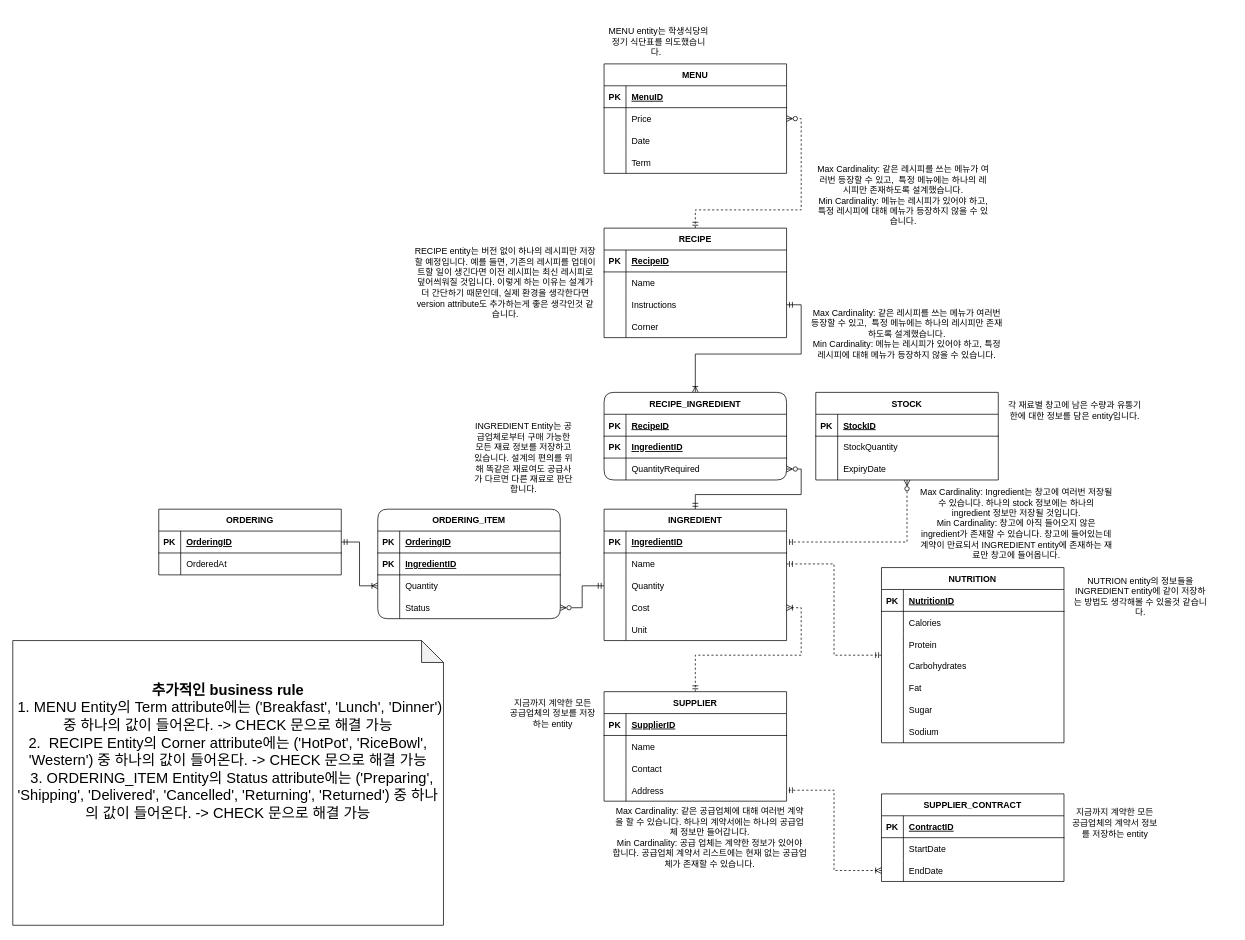
Earlier version of the draw.io diagram resource/FOOD_CRM.drawio (cryscham123/ERdiagram). Source tidied: cells renumbered, new cells numbered last; positions are measured from the earlier drawing's top-left corner, leaving out a move shared by most shapes. Both pictures are drawn from the tidied source at 73%, with x=0, y=0 at pixel (12, 12).
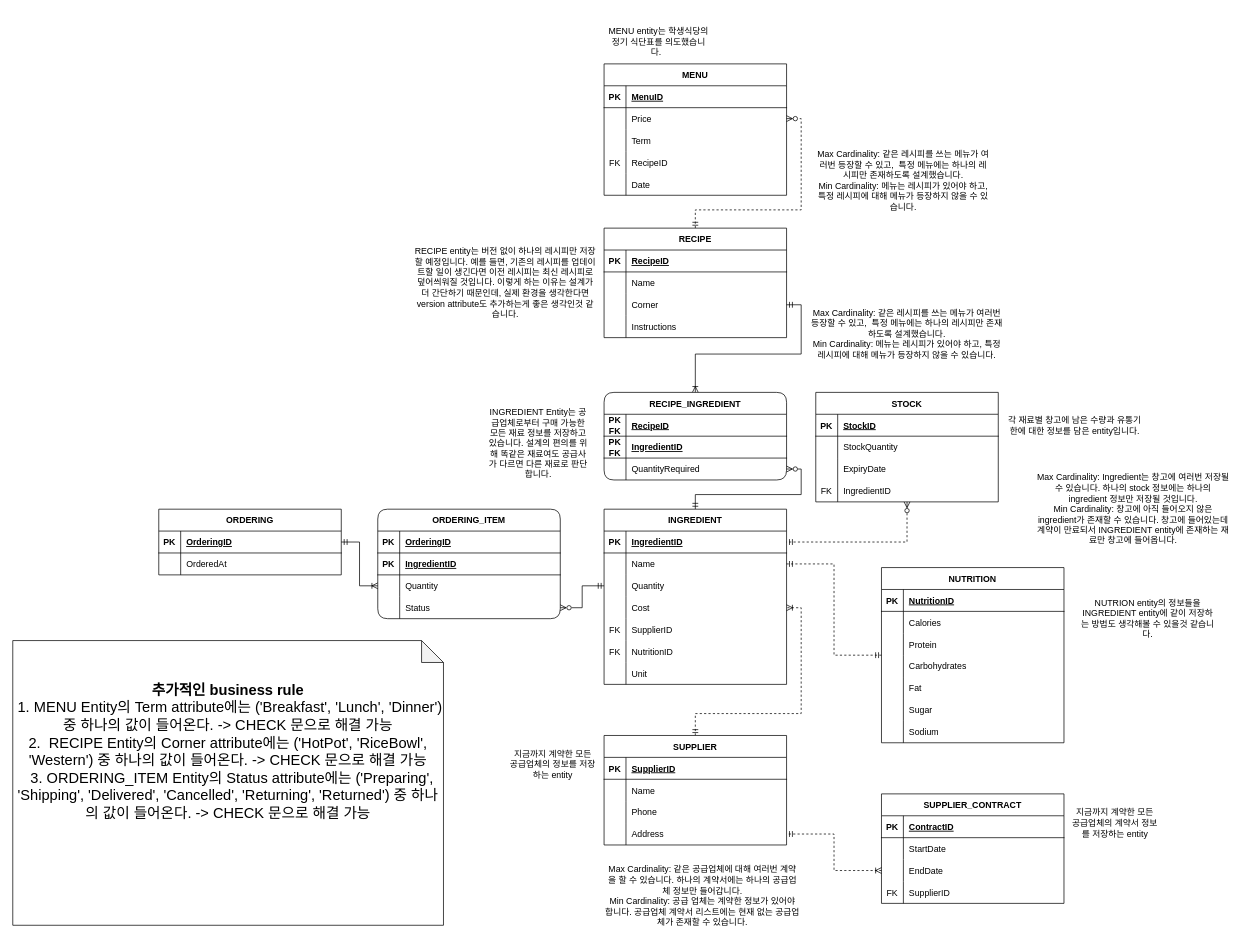
After the change.

Unchanged cells that the change refers to:
```xml
<mxCell id="13" style="shape=partialRectangle;fillColor=none;points=[[0,0.5],[1,0.5]];portConstraint=eastwest;top=0;left=0;right=0;bottom=0;" parent="3" vertex="1">
  <mxGeometry y="120" width="250" height="30" as="geometry" />
</mxCell>
<mxCell id="35" style="shape=partialRectangle;fillColor=none;top=0;left=0;right=0;bottom=0;" parent="28" vertex="1">
  <mxGeometry y="90" width="250" height="30" as="geometry" />
</mxCell>
<mxCell id="71" style="shape=partialRectangle;fillColor=none;top=0;left=0;right=0;bottom=0;" parent="64" vertex="1">
  <mxGeometry y="90" width="250" height="30" as="geometry" />
</mxCell>
<mxCell id="85" style="shape=partialRectangle;fillColor=none;points=[[0,0.5],[1,0.5]];portConstraint=eastwest;top=0;left=0;right=0;bottom=0;" parent="78" vertex="1">
  <mxGeometry y="90" width="250" height="30" as="geometry" />
</mxCell>
<mxCell id="88" style="shape=partialRectangle;fillColor=none;top=0;left=0;right=0;bottom=0;" parent="78" vertex="1">
  <mxGeometry y="120" width="250" height="30" as="geometry" />
</mxCell>
<mxCell id="93" style="shape=partialRectangle;fillColor=none;top=0;left=0;right=0;bottom=1;" parent="92" vertex="1">
  <mxGeometry y="30" width="250" height="30" as="geometry" />
</mxCell>
<mxCell id="96" style="shape=partialRectangle;fillColor=none;top=0;left=0;right=0;bottom=1;" parent="92" vertex="1">
  <mxGeometry y="60" width="250" height="30" as="geometry" />
</mxCell>
```

What changed in the source:
```diff
@@
     <mxCell id="3" value="INGREDIENT" style="shape=table;startSize=30;childLayout=tableLayout;rowLines=0;fontStyle=1;align=center;" parent="1" vertex="1">
-      <mxGeometry x="810" y="680" width="250" height="180" as="geometry" />
+      <mxGeometry x="810" y="680" width="250" height="240" as="geometry" />
     </mxCell>
@@
+    <mxCell id="150" style="shape=partialRectangle;fillColor=none;top=0;left=0;right=0;bottom=0;" parent="3" vertex="1">
+      <mxGeometry y="150" width="250" height="30" as="geometry" />
+    </mxCell>
+    <mxCell id="151" value="FK" style="shape=partialRectangle;overflow=hidden;fillColor=none;top=0;left=0;bottom=0;right=0;" parent="150" vertex="1">
+      <mxGeometry width="30" height="30" as="geometry" />
+    </mxCell>
+    <mxCell id="152" value="SupplierID" style="shape=partialRectangle;overflow=hidden;fillColor=none;top=0;left=0;bottom=0;right=0;align=left;spacingLeft=6;" parent="150" vertex="1">
+      <mxGeometry x="30" width="220" height="30" as="geometry" />
+    </mxCell>
+    <mxCell id="153" style="shape=partialRectangle;fillColor=none;top=0;left=0;right=0;bottom=0;" parent="3" vertex="1">
+      <mxGeometry y="180" width="250" height="30" as="geometry" />
+    </mxCell>
+    <mxCell id="154" value="FK" style="shape=partialRectangle;overflow=hidden;fillColor=none;top=0;left=0;bottom=0;right=0;" parent="153" vertex="1">
+      <mxGeometry width="30" height="30" as="geometry" />
+    </mxCell>
+    <mxCell id="155" value="NutritionID" style="shape=partialRectangle;overflow=hidden;fillColor=none;top=0;left=0;bottom=0;right=0;align=left;spacingLeft=6;" parent="153" vertex="1">
+      <mxGeometry x="30" width="220" height="30" as="geometry" />
+    </mxCell>
     <mxCell id="16" style="shape=partialRectangle;fillColor=none;top=0;left=0;right=0;bottom=0;" parent="3" vertex="1">
-      <mxGeometry y="150" width="250" height="30" as="geometry" />
+      <mxGeometry y="210" width="250" height="30" as="geometry" />
     </mxCell>
@@
     <mxCell id="27" style="edgeStyle=orthogonalEdgeStyle;rounded=0;jettySize=auto;html=1;startArrow=ERmandOne;startFill=0;endArrow=ERoneToMany;endFill=0;dashed=1;" parent="1" edge="1" source="28" target="13">
-      <mxGeometry relative="1" as="geometry" />
+      <mxGeometry relative="1" as="geometry">
+        <Array as="points">
+          <mxPoint x="935" y="960" />
+          <mxPoint x="1080" y="960" />
+          <mxPoint x="1080" y="815" />
+        </Array>
+      </mxGeometry>
     </mxCell>
     <mxCell id="28" value="SUPPLIER" style="shape=table;startSize=30;childLayout=tableLayout;rowLines=0;fontStyle=1;align=center;" parent="1" vertex="1">
-      <mxGeometry x="810" y="930" width="250" height="150" as="geometry" />
+      <mxGeometry x="810" y="990" width="250" height="150" as="geometry" />
     </mxCell>
@@
-    <mxCell id="37" value="Contact" style="shape=partialRectangle;overflow=hidden;fillColor=none;top=0;left=0;bottom=0;right=0;align=left;spacingLeft=6;" parent="35" vertex="1">
+    <mxCell id="37" value="Phone" style="shape=partialRectangle;overflow=hidden;fillColor=none;top=0;left=0;bottom=0;right=0;align=left;spacingLeft=6;" parent="35" vertex="1">
       <mxGeometry x="30" width="220" height="30" as="geometry" />
     </mxCell>
@@
     <mxCell id="41" value="SUPPLIER_CONTRACT" style="shape=table;startSize=30;childLayout=tableLayout;rowLines=0;fontStyle=1;align=center;" parent="1" vertex="1">
-      <mxGeometry x="1190" y="1070" width="250" height="120" as="geometry" />
+      <mxGeometry x="1190" y="1070" width="250" height="150" as="geometry" />
     </mxCell>
@@
+    <mxCell id="156" style="shape=partialRectangle;fillColor=none;top=0;left=0;right=0;bottom=0;" parent="41" vertex="1">
+      <mxGeometry y="120" width="250" height="30" as="geometry" />
+    </mxCell>
+    <mxCell id="157" value="FK" style="shape=partialRectangle;overflow=hidden;fillColor=none;top=0;left=0;bottom=0;right=0;" parent="156" vertex="1">
+      <mxGeometry width="30" height="30" as="geometry" />
+    </mxCell>
+    <mxCell id="158" value="SupplierID" style="shape=partialRectangle;overflow=hidden;fillColor=none;top=0;left=0;bottom=0;right=0;align=left;spacingLeft=6;" parent="156" vertex="1">
+      <mxGeometry x="30" width="220" height="30" as="geometry" />
+    </mxCell>
@@
     <mxCell id="64" value="MENU" style="shape=table;startSize=30;childLayout=tableLayout;rowLines=0;fontStyle=1;align=center;" parent="1" vertex="1">
-      <mxGeometry x="810" y="70" width="250" height="150" as="geometry" />
+      <mxGeometry x="810" y="70" width="250" height="180" as="geometry" />
     </mxCell>
@@
-    <mxCell id="73" value="Date" style="shape=partialRectangle;overflow=hidden;fillColor=none;top=0;left=0;bottom=0;right=0;align=left;spacingLeft=6;" parent="71" vertex="1">
+    <mxCell id="73" value="Term" style="shape=partialRectangle;overflow=hidden;fillColor=none;top=0;left=0;bottom=0;right=0;align=left;spacingLeft=6;" parent="71" vertex="1">
       <mxGeometry x="30" width="220" height="30" as="geometry" />
     </mxCell>
+    <mxCell id="159" style="shape=partialRectangle;fillColor=none;top=0;left=0;right=0;bottom=0;" parent="64" vertex="1">
+      <mxGeometry y="120" width="250" height="30" as="geometry" />
+    </mxCell>
+    <mxCell id="160" value="FK" style="shape=partialRectangle;overflow=hidden;fillColor=none;top=0;left=0;bottom=0;right=0;" parent="159" vertex="1">
+      <mxGeometry width="30" height="30" as="geometry" />
+    </mxCell>
+    <mxCell id="161" value="RecipeID" style="shape=partialRectangle;overflow=hidden;fillColor=none;top=0;left=0;bottom=0;right=0;align=left;spacingLeft=6;" parent="159" vertex="1">
+      <mxGeometry x="30" width="220" height="30" as="geometry" />
+    </mxCell>
     <mxCell id="74" style="shape=partialRectangle;fillColor=none;top=0;left=0;right=0;bottom=0;" parent="64" vertex="1">
-      <mxGeometry y="120" width="250" height="30" as="geometry" />
+      <mxGeometry y="150" width="250" height="30" as="geometry" />
     </mxCell>
@@
-    <mxCell id="76" value="Term" style="shape=partialRectangle;overflow=hidden;fillColor=none;top=0;left=0;bottom=0;right=0;align=left;spacingLeft=6;" parent="74" vertex="1">
+    <mxCell id="76" value="Date" style="shape=partialRectangle;overflow=hidden;fillColor=none;top=0;left=0;bottom=0;right=0;align=left;spacingLeft=6;" parent="74" vertex="1">
       <mxGeometry x="30" width="220" height="30" as="geometry" />
     </mxCell>
@@
-    <mxCell id="87" value="Instructions" style="shape=partialRectangle;overflow=hidden;fillColor=none;top=0;left=0;bottom=0;right=0;align=left;spacingLeft=6;" parent="85" vertex="1">
+    <mxCell id="87" value="Corner" style="shape=partialRectangle;overflow=hidden;fillColor=none;top=0;left=0;bottom=0;right=0;align=left;spacingLeft=6;" parent="85" vertex="1">
       <mxGeometry x="30" width="220" height="30" as="geometry" />
     </mxCell>
@@
-    <mxCell id="90" value="Corner" style="shape=partialRectangle;overflow=hidden;fillColor=none;top=0;left=0;bottom=0;right=0;align=left;spacingLeft=6;" parent="88" vertex="1">
+    <mxCell id="90" value="Instructions" style="shape=partialRectangle;overflow=hidden;fillColor=none;top=0;left=0;bottom=0;right=0;align=left;spacingLeft=6;" parent="88" vertex="1">
       <mxGeometry x="30" width="220" height="30" as="geometry" />
     </mxCell>
@@
-    <mxCell id="94" value="PK" style="shape=partialRectangle;overflow=hidden;fillColor=none;top=0;left=0;bottom=0;right=0;fontStyle=1;" parent="93" vertex="1">
+    <mxCell id="94" value="PK&#10;FK" style="shape=partialRectangle;overflow=hidden;fillColor=none;top=0;left=0;bottom=0;right=0;fontStyle=1;" parent="93" vertex="1">
       <mxGeometry width="30" height="30" as="geometry" />
     </mxCell>
@@
-    <mxCell id="97" value="PK" style="shape=partialRectangle;overflow=hidden;fillColor=none;top=0;left=0;bottom=0;right=0;fontStyle=1;" parent="96" vertex="1">
+    <mxCell id="97" value="PK&#10;FK" style="shape=partialRectangle;overflow=hidden;fillColor=none;top=0;left=0;bottom=0;right=0;fontStyle=1;" parent="96" vertex="1">
       <mxGeometry width="30" height="30" as="geometry" />
     </mxCell>
@@
     <mxCell id="103" value="STOCK" style="shape=table;startSize=30;childLayout=tableLayout;rowLines=0;fontStyle=1;align=center;" parent="1" vertex="1">
-      <mxGeometry x="1100" y="520" width="250" height="120" as="geometry" />
+      <mxGeometry x="1100" y="520" width="250" height="150" as="geometry" />
     </mxCell>
@@
+    <mxCell id="162" style="shape=partialRectangle;fillColor=none;top=0;left=0;right=0;bottom=0;" parent="103" vertex="1">
+      <mxGeometry y="120" width="250" height="30" as="geometry" />
+    </mxCell>
+    <mxCell id="163" value="FK" style="shape=partialRectangle;overflow=hidden;fillColor=none;top=0;left=0;bottom=0;right=0;" parent="162" vertex="1">
+      <mxGeometry width="30" height="30" as="geometry" />
+    </mxCell>
+    <mxCell id="164" value="IngredientID" style="shape=partialRectangle;overflow=hidden;fillColor=none;top=0;left=0;bottom=0;right=0;align=left;spacingLeft=6;" parent="162" vertex="1">
+      <mxGeometry x="30" width="220" height="30" as="geometry" />
+    </mxCell>
@@
     <mxCell id="138" value="Max Cardinality: 같은 레시피를 쓰는 메뉴가 여러번 등장할 수 있고,&amp;nbsp; 특정 메뉴에는 하나의 레시피만 존재하도록 설계했습니다.&lt;div&gt;Min Cardinality: 메뉴는 레시피가 있어야 하고, 특정 레시피에 대해 메뉴가 등장하지 않을 수 있습니다.&lt;/div&gt;" style="text;html=1;align=center;verticalAlign=middle;whiteSpace=wrap;rounded=0;" parent="1" vertex="1">
-      <mxGeometry x="1100" y="210" width="240" height="80" as="geometry" />
+      <mxGeometry x="1100" y="190" width="240" height="80" as="geometry" />
     </mxCell>
@@
     <mxCell id="141" value="&lt;div&gt;&lt;span style=&quot;background-color: initial;&quot;&gt;NUTRION entity의 정보들을 INGREDIENT entity에 같이 저장하는 방법도 생각해볼 수 있을것 같습니다.&lt;/span&gt;&lt;br&gt;&lt;/div&gt;" style="text;html=1;align=center;verticalAlign=middle;whiteSpace=wrap;rounded=0;" parent="1" vertex="1">
-      <mxGeometry x="1450" y="760" width="190" height="80" as="geometry" />
+      <mxGeometry x="1460" y="790" width="190" height="80" as="geometry" />
     </mxCell>
     <mxCell id="142" value="&lt;div&gt;각 재료별 창고에 남은 수량과 유통기한에 대한 정보를 담은 entity입니다.&lt;/div&gt;" style="text;html=1;align=center;verticalAlign=middle;whiteSpace=wrap;rounded=0;" parent="1" vertex="1">
-      <mxGeometry x="1360" y="520" width="190" height="50" as="geometry" />
+      <mxGeometry x="1360" y="540" width="190" height="50" as="geometry" />
     </mxCell>
     <mxCell id="143" value="Max Cardinality: Ingredient는 창고에 여러번 저장될 수 있습니다. 하나의 stock 정보에는 하나의 ingredient 정보만 저장될 것입니다.&lt;div&gt;Min Cardinality: 창고에 아직 들어오지 않은 ingredient가 존재할 수 있습니다. 창고에 들어있는데 계약이 만료되서 INGREDIENT entity에 존재하는 재료만 창고에 들어옵니다.&lt;/div&gt;" style="text;html=1;align=center;verticalAlign=middle;whiteSpace=wrap;rounded=0;" parent="1" vertex="1">
-      <mxGeometry x="1240" y="660" width="270" height="80" as="geometry" />
+      <mxGeometry x="1400" y="640" width="270" height="80" as="geometry" />
     </mxCell>
     <mxCell id="144" value="Max Cardinality: 같은 공급업체에 대해 여러번 계약을 할 수 있습니다. 하나의 계약서에는 하나의 공급업체 정보만 들어갑니다.&lt;div&gt;Min Cardinality: 공급 업체는 계약한 정보가 있어야 합니다. 공급업체 계약서 리스트에는 현재 없는 공급업체가 존재할 수 있습니다.&lt;/div&gt;" style="text;html=1;align=center;verticalAlign=middle;whiteSpace=wrap;rounded=0;" parent="1" vertex="1">
-      <mxGeometry x="820" y="1090" width="270" height="80" as="geometry" />
+      <mxGeometry x="810" y="1170" width="270" height="80" as="geometry" />
     </mxCell>
@@
     <mxCell id="146" value="지금까지 계약한 모든 공급업체의 정보를 저장하는 entity" style="text;html=1;align=center;verticalAlign=middle;whiteSpace=wrap;rounded=0;" parent="1" vertex="1">
-      <mxGeometry x="680" y="920" width="120" height="80" as="geometry" />
+      <mxGeometry x="680" y="990" width="120" height="80" as="geometry" />
     </mxCell>
     <mxCell id="147" value="INGREDIENT Entity는 공급업체로부터 구매 가능한 모든 재료 정보를 저장하고 있습니다. 설계의 편의를 위해 똑같은 재료여도 공급사가 다르면 다른 재료로 판단합니다." style="text;html=1;align=center;verticalAlign=middle;whiteSpace=wrap;rounded=0;" parent="1" vertex="1">
-      <mxGeometry x="630" y="560" width="140" height="100" as="geometry" />
+      <mxGeometry x="650" y="540" width="140" height="100" as="geometry" />
     </mxCell>
```
